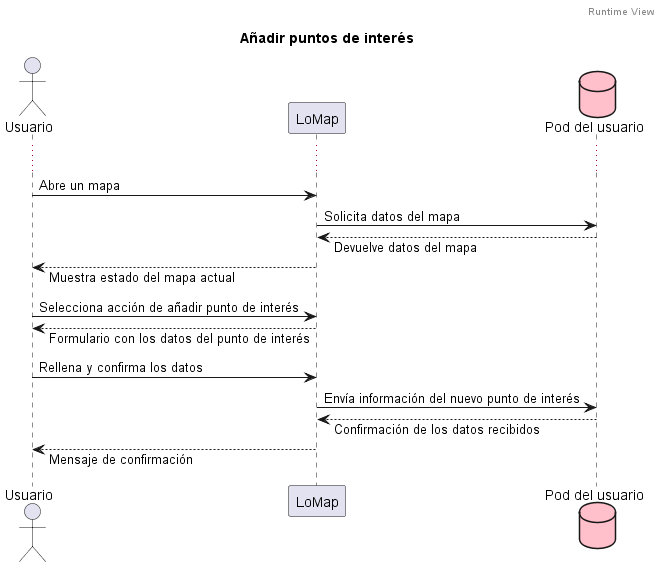
This is images/Añadir restaurante.png from Arquisoft/lomap_es4b, a PlantUML export, as it was before one commit.
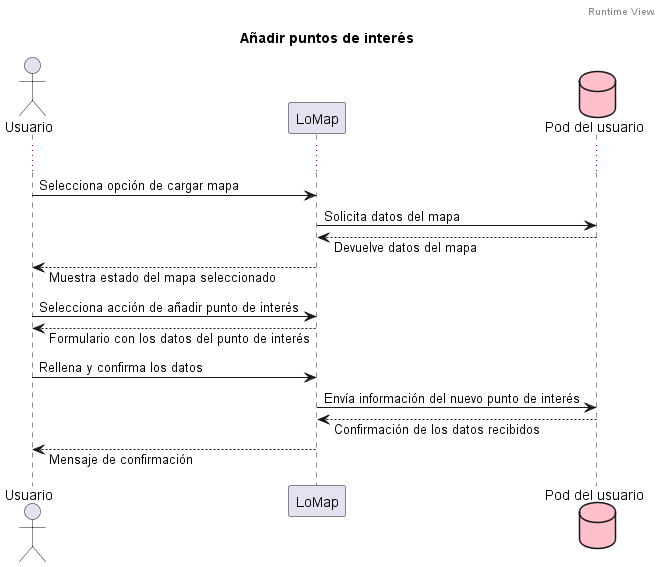
Later version of the same file.

The edit, as a diff of the source:
```diff
@@ -10,12 +10,12 @@
 
 ...
 
-Usuario -> LoMap: Abre un mapa
+Usuario -> LoMap: Selecciona opción de cargar mapa
 
 LoMap -> Pod: Solicita datos del mapa
 LoMap <-- Pod: Devuelve datos del mapa
 
-Usuario <-- LoMap: Muestra estado del mapa actual
+Usuario <-- LoMap: Muestra estado del mapa seleccionado
 
 
 Usuario -> LoMap: Selecciona acción de añadir punto de interés
```
